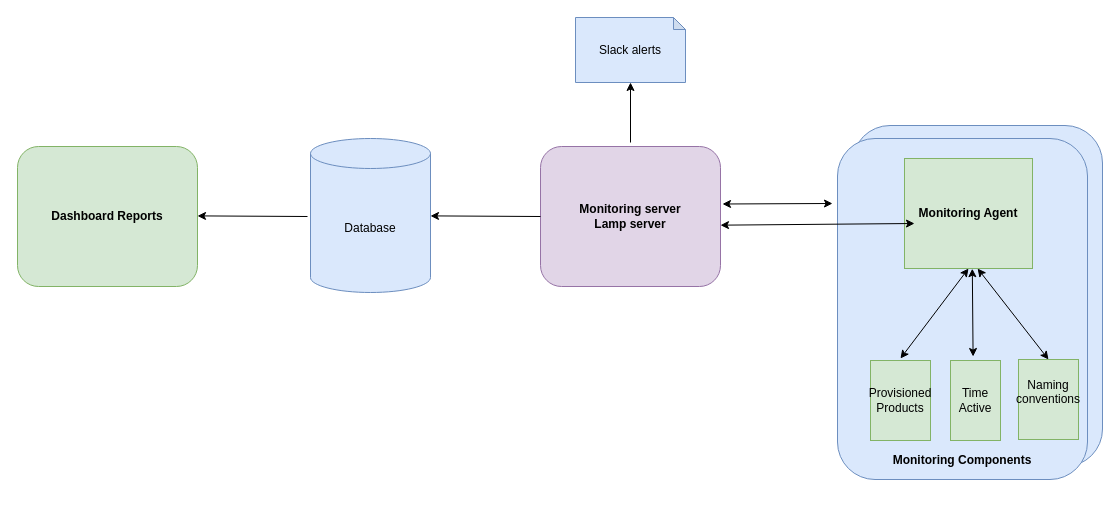
AchayoEarnest/dg-capstone-instracture-diagram keeps this draw.io diagram as instracture.drawio. Above is the earlier version. Source tidied: cells renumbered, new cells numbered last; positions are measured from the earlier drawing's top-left corner, leaving out a move shared by most shapes. Both pictures are drawn from the tidied source at 100%, with x=0, y=0 at pixel (17, 17).
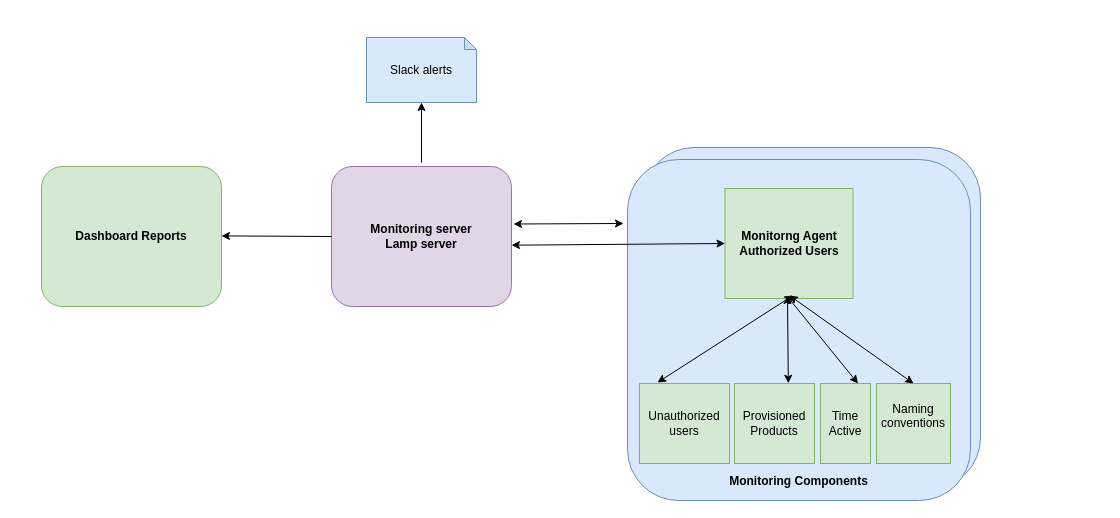
The same diagram, later.

Change to the diagram source:
```diff
@@
     <mxCell id="2" style="rounded=1;whiteSpace=wrap;html=1;fillColor=#dae8fc;strokeColor=#6c8ebf;" parent="1" vertex="1">
-      <mxGeometry x="835" y="108" width="250" height="341" as="geometry" />
+      <mxGeometry x="626" y="130" width="337" height="341" as="geometry" />
     </mxCell>
     <mxCell id="3" value="&lt;div&gt;&lt;br&gt;&lt;/div&gt;&lt;div&gt;&lt;br&gt;&lt;/div&gt;&lt;div&gt;&lt;br&gt;&lt;/div&gt;&lt;div&gt;&lt;br&gt;&lt;/div&gt;&lt;div&gt;&lt;br&gt;&lt;/div&gt;&lt;div&gt;&lt;br&gt;&lt;/div&gt;&lt;div&gt;&lt;br&gt;&lt;/div&gt;&lt;div&gt;&lt;br&gt;&lt;/div&gt;&lt;div&gt;&lt;br&gt;&lt;/div&gt;&lt;div&gt;&lt;br&gt;&lt;/div&gt;&lt;div&gt;&lt;br&gt;&lt;/div&gt;&lt;div&gt;&lt;br&gt;&lt;/div&gt;&lt;div&gt;&lt;br&gt;&lt;/div&gt;&lt;div&gt;&lt;br&gt;&lt;/div&gt;&lt;div&gt;&lt;br&gt;&lt;/div&gt;&lt;div&gt;&lt;br&gt;&lt;/div&gt;&lt;div&gt;&lt;br&gt;&lt;/div&gt;&lt;div&gt;&lt;br&gt;&lt;/div&gt;&lt;div&gt;&lt;br&gt;&lt;/div&gt;&lt;div&gt;&lt;br&gt;&lt;/div&gt;&lt;div&gt;&lt;br&gt;&lt;/div&gt;&lt;div&gt;&lt;b&gt;Monitoring Components&lt;/b&gt;&lt;/div&gt;" style="rounded=1;whiteSpace=wrap;html=1;fillColor=#dae8fc;strokeColor=#6c8ebf;" parent="1" vertex="1">
-      <mxGeometry x="820" y="121" width="250" height="341" as="geometry" />
+      <mxGeometry x="610" y="142" width="343" height="341" as="geometry" />
     </mxCell>
-    <mxCell id="4" value="&lt;b&gt;Monitoring Agent&lt;/b&gt;" style="rounded=0;whiteSpace=wrap;html=1;fillColor=#d5e8d4;strokeColor=#82b366;" parent="1" vertex="1">
-      <mxGeometry x="887" y="141" width="128" height="110" as="geometry" />
+    <mxCell id="4" value="&lt;b&gt;Monitorng Agent&lt;/b&gt;&lt;div&gt;&lt;b&gt;Authorized Users&lt;/b&gt;&lt;/div&gt;" style="rounded=0;whiteSpace=wrap;html=1;fillColor=#d5e8d4;strokeColor=#82b366;" parent="1" vertex="1">
+      <mxGeometry x="707.5" y="171" width="128" height="110" as="geometry" />
     </mxCell>
     <mxCell id="5" value="Provisioned Products" style="rounded=0;whiteSpace=wrap;html=1;fillColor=#d5e8d4;strokeColor=#82b366;" parent="1" vertex="1">
-      <mxGeometry x="853" y="343" width="60" height="80" as="geometry" />
+      <mxGeometry x="717" y="366" width="80" height="80" as="geometry" />
     </mxCell>
     <mxCell id="6" value="Time Active" style="rounded=0;whiteSpace=wrap;html=1;fillColor=#d5e8d4;strokeColor=#82b366;" parent="1" vertex="1">
-      <mxGeometry x="933" y="343" width="50" height="80" as="geometry" />
+      <mxGeometry x="803" y="366" width="50" height="80" as="geometry" />
     </mxCell>
     <mxCell id="7" value="Naming conventions&lt;div&gt;&lt;br&gt;&lt;/div&gt;" style="rounded=0;whiteSpace=wrap;html=1;fillColor=#d5e8d4;strokeColor=#82b366;" parent="1" vertex="1">
-      <mxGeometry x="1001" y="342" width="60" height="80" as="geometry" />
+      <mxGeometry x="859" y="366" width="74" height="80" as="geometry" />
     </mxCell>
-    <mxCell id="8" style="endArrow=classic;startArrow=classic;html=1;rounded=0;entryX=0.5;entryY=1;entryDx=0;entryDy=0;" parent="1" edge="1" target="4">
+    <mxCell id="8" style="endArrow=classic;startArrow=classic;html=1;rounded=0;entryX=0.5;entryY=1;entryDx=0;entryDy=0;" parent="1" edge="1">
       <mxGeometry relative="1" as="geometry">
-        <mxPoint x="883" y="341" as="sourcePoint" />
+        <mxPoint x="640" y="365" as="sourcePoint" />
+        <mxPoint x="775.5" y="278" as="targetPoint" />
       </mxGeometry>
     </mxCell>
-    <mxCell id="9" style="endArrow=classic;startArrow=classic;html=1;rounded=0;entryX=0.61;entryY=1.009;entryDx=0;entryDy=0;entryPerimeter=0;exitX=0.5;exitY=0;exitDx=0;exitDy=0;" parent="1" edge="1" source="7">
+    <mxCell id="9" style="endArrow=classic;startArrow=classic;html=1;rounded=0;exitX=0.5;exitY=0;exitDx=0;exitDy=0;entryX=0.75;entryY=0;entryDx=0;entryDy=0;" parent="1" edge="1">
       <mxGeometry relative="1" as="geometry">
-        <mxPoint x="960.1" y="251" as="targetPoint" />
+        <mxPoint x="769" y="278" as="sourcePoint" />
+        <mxPoint x="840.5" y="366" as="targetPoint" />
       </mxGeometry>
     </mxCell>
     <mxCell id="10" style="endArrow=classic;startArrow=classic;html=1;rounded=0;entryX=0.561;entryY=1.038;entryDx=0;entryDy=0;entryPerimeter=0;" parent="1" edge="1">
       <mxGeometry relative="1" as="geometry">
-        <mxPoint x="955.6" y="339" as="sourcePoint" />
-        <mxPoint x="954.8" y="251.2" as="targetPoint" />
+        <mxPoint x="770.8" y="365.8" as="sourcePoint" />
+        <mxPoint x="770" y="278" as="targetPoint" />
       </mxGeometry>
     </mxCell>
     <mxCell id="11" value="&lt;b&gt;Monitoring server&lt;/b&gt;&lt;div&gt;&lt;b&gt;Lamp server&lt;/b&gt;&lt;/div&gt;" style="rounded=1;whiteSpace=wrap;html=1;fillColor=#e1d5e7;strokeColor=#9673a6;" parent="1" vertex="1">
-      <mxGeometry x="523" y="129" width="180" height="140" as="geometry" />
+      <mxGeometry x="314" y="149" width="180" height="140" as="geometry" />
     </mxCell>
     <mxCell id="12" style="endArrow=classic;startArrow=classic;html=1;rounded=0;" parent="1" edge="1">
       <mxGeometry relative="1" as="geometry">
-        <mxPoint x="705" y="186.5" as="sourcePoint" />
-        <mxPoint x="815" y="186" as="targetPoint" />
+        <mxPoint x="496" y="206.5" as="sourcePoint" />
+        <mxPoint x="606" y="206" as="targetPoint" />
       </mxGeometry>
     </mxCell>
-    <mxCell id="13" style="endArrow=classic;startArrow=classic;html=1;rounded=0;entryX=0;entryY=0.5;entryDx=0;entryDy=0;exitX=1;exitY=0.562;exitDx=0;exitDy=0;exitPerimeter=0;" parent="1" edge="1" source="11">
-      <mxGeometry relative="1" as="geometry">
-        <mxPoint x="897" y="206" as="targetPoint" />
-      </mxGeometry>
+    <mxCell id="13" style="endArrow=classic;startArrow=classic;html=1;rounded=0;entryX=0;entryY=0.5;entryDx=0;entryDy=0;exitX=1;exitY=0.562;exitDx=0;exitDy=0;exitPerimeter=0;" parent="1" edge="1" source="11" target="4">
+      <mxGeometry relative="1" as="geometry" />
     </mxCell>
     <mxCell id="14" value="Slack alerts" style="shape=note;whiteSpace=wrap;html=1;backgroundOutline=1;darkOpacity=0.05;direction=east;size=12;fillColor=#dae8fc;strokeColor=#6c8ebf;" parent="1" vertex="1">
-      <mxGeometry x="558" width="110" height="65" as="geometry" />
+      <mxGeometry x="349" y="20" width="110" height="65" as="geometry" />
     </mxCell>
     <mxCell id="15" style="endArrow=classic;html=1;rounded=0;entryX=0.5;entryY=1;entryDx=0;entryDy=0;entryPerimeter=0;" parent="1" edge="1" target="14">
       <mxGeometry relative="1" as="geometry">
-        <mxPoint x="613" y="125" as="sourcePoint" />
+        <mxPoint x="404" y="145" as="sourcePoint" />
       </mxGeometry>
     </mxCell>
-    <mxCell id="16" value="Database" style="shape=cylinder3;whiteSpace=wrap;html=1;boundedLbl=1;backgroundOutline=1;size=15;fillColor=#dae8fc;strokeColor=#6c8ebf;" parent="1" vertex="1">
-      <mxGeometry x="293" y="121" width="120" height="154" as="geometry" />
-    </mxCell>
     <mxCell id="17" value="&lt;b&gt;Dashboard Reports&lt;/b&gt;" style="rounded=1;whiteSpace=wrap;html=1;fillColor=#d5e8d4;strokeColor=#82b366;" parent="1" vertex="1">
-      <mxGeometry y="129" width="180" height="140" as="geometry" />
+      <mxGeometry x="24" y="149" width="180" height="140" as="geometry" />
     </mxCell>
     <mxCell id="18" style="endArrow=classic;html=1;rounded=0;exitX=0;exitY=0.5;exitDx=0;exitDy=0;" parent="1" edge="1" source="11">
       <mxGeometry relative="1" as="geometry">
-        <mxPoint x="413" y="198.4" as="targetPoint" />
+        <mxPoint x="204" y="218.4" as="targetPoint" />
       </mxGeometry>
     </mxCell>
-    <mxCell id="19" style="endArrow=classic;html=1;rounded=0;exitX=0;exitY=0.5;exitDx=0;exitDy=0;" parent="1" edge="1">
-      <mxGeometry relative="1" as="geometry">
-        <mxPoint x="290" y="199" as="sourcePoint" />
-        <mxPoint x="180" y="198.4" as="targetPoint" />
-      </mxGeometry>
-    </mxCell>
+    <mxCell id="20" value="Unauthorized users" style="rounded=0;whiteSpace=wrap;html=1;fillColor=#d5e8d4;strokeColor=#82b366;" parent="1" vertex="1">
+      <mxGeometry x="622" y="366" width="90" height="80" as="geometry" />
+    </mxCell>
+    <mxCell id="21" style="endArrow=classic;startArrow=classic;html=1;rounded=0;exitX=0.5;exitY=0;exitDx=0;exitDy=0;entryX=0.5;entryY=0;entryDx=0;entryDy=0;" parent="1" edge="1" target="7">
+      <mxGeometry relative="1" as="geometry">
+        <mxPoint x="772" y="278" as="sourcePoint" />
+      </mxGeometry>
+    </mxCell>
```
